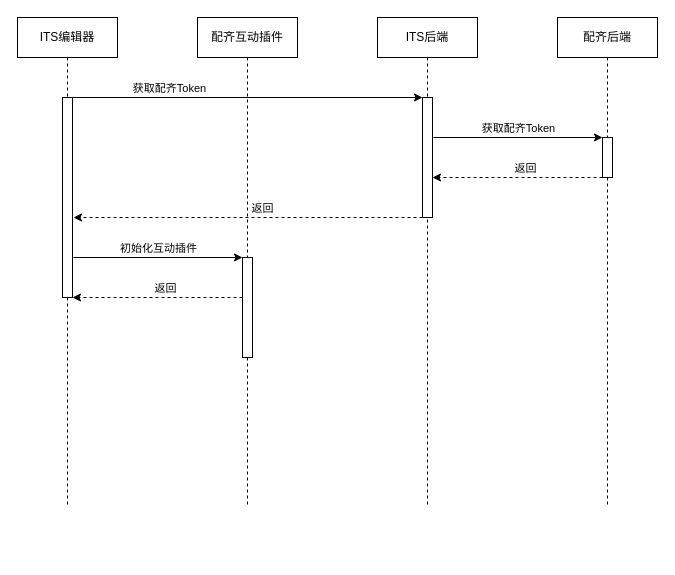
huanjiesm/courseware-draw keeps this draw.io diagram as ITS新面授对接配齐互动.drawio. Above is the earlier version. Source tidied: cells renumbered, new cells numbered last; positions are measured from the earlier drawing's top-left corner, leaving out a move shared by most shapes. Both pictures are drawn from the tidied source at 100%, with x=0, y=0 at pixel (17, 17).
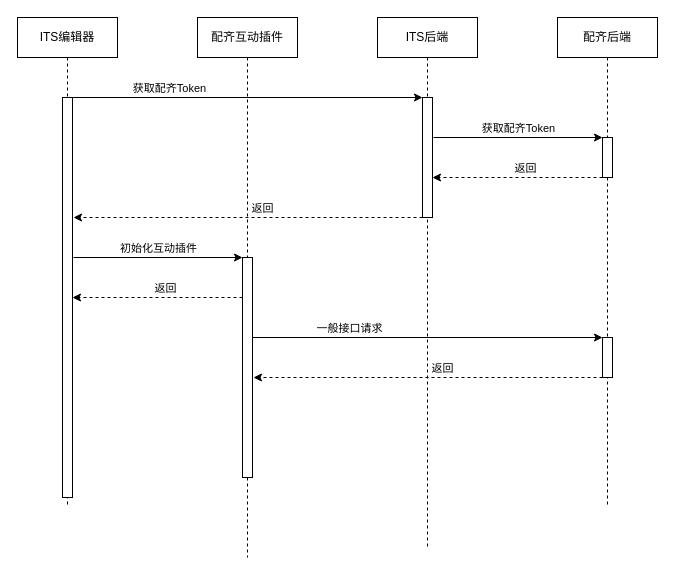
The same diagram, later.

Commit message (it also covers changes not shown here):
更新ITS新面授对接配齐互动.drawio

Diff of the diagram source:
```diff
@@
     <mxCell id="3" value="配齐互动插件" style="shape=umlLifeline;perimeter=lifelinePerimeter;whiteSpace=wrap;html=1;newEdgeStyle={&quot;curved&quot;:0,&quot;rounded&quot;:0};" parent="1" vertex="1">
-      <mxGeometry x="180" width="100" height="490" as="geometry" />
+      <mxGeometry x="180" width="100" height="540" as="geometry" />
     </mxCell>
     <mxCell id="4" value="ITS后端" style="shape=umlLifeline;perimeter=lifelinePerimeter;whiteSpace=wrap;html=1;newEdgeStyle={&quot;curved&quot;:0,&quot;rounded&quot;:0};" parent="1" vertex="1">
-      <mxGeometry x="360" width="100" height="490" as="geometry" />
+      <mxGeometry x="360" width="100" height="530" as="geometry" />
     </mxCell>
@@
     <mxCell id="6" style="rounded=0;whiteSpace=wrap;html=1;" parent="1" vertex="1">
-      <mxGeometry x="45" y="80" width="10" height="200" as="geometry" />
+      <mxGeometry x="45" y="80" width="10" height="400" as="geometry" />
     </mxCell>
     <mxCell id="7" style="rounded=0;whiteSpace=wrap;html=1;" parent="1" vertex="1">
-      <mxGeometry x="225" y="240" width="10" height="100" as="geometry" />
+      <mxGeometry x="225" y="240" width="10" height="220" as="geometry" />
     </mxCell>
@@
+    <mxCell id="22" style="endArrow=classic;html=1;rounded=0;" parent="1" edge="1">
+      <mxGeometry relative="1" as="geometry">
+        <mxPoint x="235" y="320" as="sourcePoint" />
+        <mxPoint x="585" y="320" as="targetPoint" />
+      </mxGeometry>
+    </mxCell>
+    <mxCell id="23" value="一般接口请求" style="edgeLabel;html=1;align=center;verticalAlign=middle;" parent="22" vertex="1">
+      <mxGeometry x="0.34" y="2" relative="1" as="geometry">
+        <mxPoint x="-139" y="-8" as="offset" />
+      </mxGeometry>
+    </mxCell>
+    <mxCell id="24" style="rounded=0;whiteSpace=wrap;html=1;" parent="1" vertex="1">
+      <mxGeometry x="585" y="320" width="10" height="40" as="geometry" />
+    </mxCell>
+    <mxCell id="25" style="endArrow=classic;html=1;rounded=0;dashed=1;" parent="1" edge="1">
+      <mxGeometry relative="1" as="geometry">
+        <mxPoint x="585" y="360" as="sourcePoint" />
+        <mxPoint x="236" y="360" as="targetPoint" />
+      </mxGeometry>
+    </mxCell>
+    <mxCell id="26" value="返回" style="edgeLabel;html=1;align=center;verticalAlign=middle;" parent="25" vertex="1">
+      <mxGeometry x="-0.08" y="-1" relative="1" as="geometry">
+        <mxPoint y="-9" as="offset" />
+      </mxGeometry>
+    </mxCell>
```
